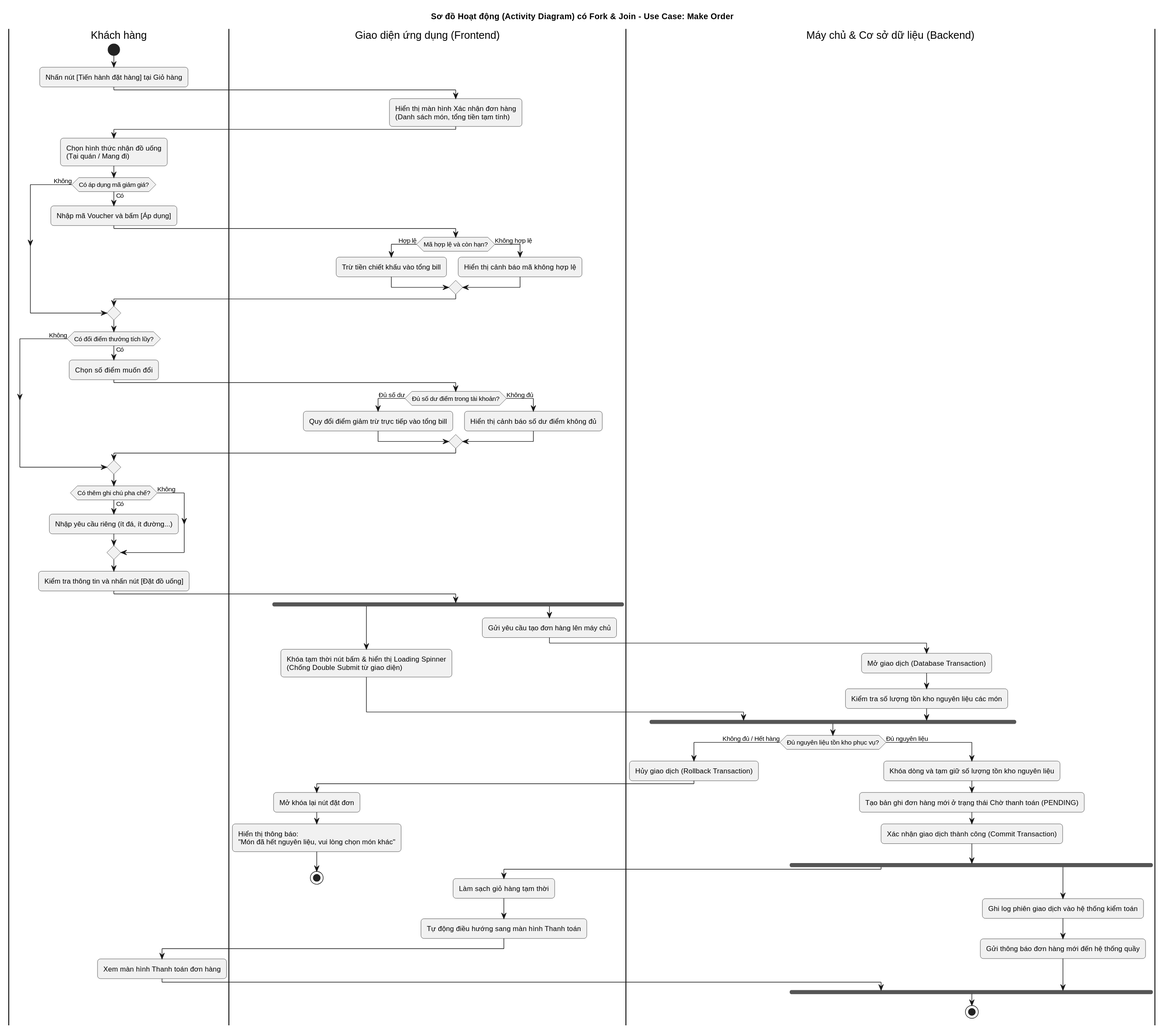
Earlier version of the PlantUML export docs/diagrams/make-order/activity_make_order.svg (Phuc280106/BrewLite2).
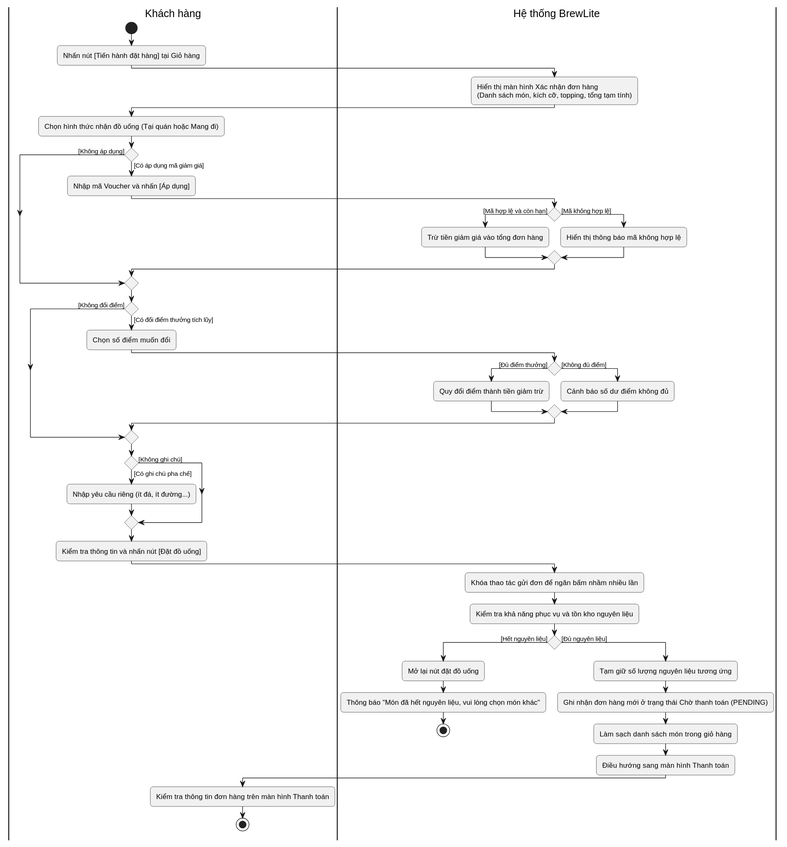
The same diagram one commit later.

Commit message:
fix(diagram): cập nhật sơ đồ activity chức năng tạo đơn hàng

The edit, as a diff of the source:
```diff
@@ -1,87 +1,66 @@
 @startuml
-title Sơ đồ Hoạt động (Activity Diagram) có Fork & Join - Use Case: Make Order
-
 skinparam monochrome true
 skinparam shadowing false
+skinparam defaultFontName Arial
 skinparam roundCorner 10
-skinparam defaultFontName Arial
 
-|#White|Khách hàng|
+|Khách hàng|
 start
 :Nhấn nút [Tiến hành đặt hàng] tại Giỏ hàng;
 
-|#White|Giao diện ứng dụng (Frontend)|
-:Hiển thị màn hình Xác nhận đơn hàng\n(Danh sách món, tổng tiền tạm tính);
+|Hệ thống BrewLite|
+:Hiển thị màn hình Xác nhận đơn hàng\n(Danh sách món, kích cỡ, topping, tổng tạm tính);
 
 |Khách hàng|
-:Chọn hình thức nhận đồ uống\n(Tại quán / Mang đi);
+:Chọn hình thức nhận đồ uống (Tại quán hoặc Mang đi);
 
-if (Có áp dụng mã giảm giá?) then (Có)
-  :Nhập mã Voucher và bấm [Áp dụng];
-  |Giao diện ứng dụng (Frontend)|
-  if (Mã hợp lệ và còn hạn?) then (Hợp lệ)
-    :Trừ tiền chiết khấu vào tổng bill;
-  else (Không hợp lệ)
-    :Hiển thị cảnh báo mã không hợp lệ;
+if () then ([Có áp dụng mã giảm giá])
+  :Nhập mã Voucher và nhấn [Áp dụng];
+  |Hệ thống BrewLite|
+  if () then ([Mã hợp lệ và còn hạn])
+    :Trừ tiền giảm giá vào tổng đơn hàng;
+  else ([Mã không hợp lệ])
+    :Hiển thị thông báo mã không hợp lệ;
   endif
-else (Không)
+else ([Không áp dụng])
 endif
 
 |Khách hàng|
-if (Có đổi điểm thưởng tích lũy?) then (Có)
+if () then ([Có đổi điểm thưởng tích lũy])
   :Chọn số điểm muốn đổi;
-  |Giao diện ứng dụng (Frontend)|
-  if (Đủ số dư điểm trong tài khoản?) then (Đủ số dư)
-    :Quy đổi điểm giảm trừ trực tiếp vào tổng bill;
-  else (Không đủ)
-    :Hiển thị cảnh báo số dư điểm không đủ;
+  |Hệ thống BrewLite|
+  if () then ([Đủ điểm thưởng])
+    :Quy đổi điểm thành tiền giảm trừ;
+  else ([Không đủ điểm])
+    :Cảnh báo số dư điểm không đủ;
   endif
-else (Không)
+else ([Không đổi điểm])
 endif
 
 |Khách hàng|
-if (Có thêm ghi chú pha chế?) then (Có)
+if () then ([Có ghi chú pha chế])
   :Nhập yêu cầu riêng (ít đá, ít đường...);
-else (Không)
+else ([Không ghi chú])
 endif
 
 :Kiểm tra thông tin và nhấn nút [Đặt đồ uống];
 
-|Giao diện ứng dụng (Frontend)|
-fork
-  :Khóa tạm thời nút bấm & hiển thị Loading Spinner\n(Chống Double Submit từ giao diện);
-fork again
-  :Gửi yêu cầu tạo đơn hàng lên máy chủ;
-  |#White|Máy chủ & Cơ sở dữ liệu (Backend)|
-  :Mở giao dịch (Database Transaction);
-  :Kiểm tra số lượng tồn kho nguyên liệu các món;
-end fork
+|Hệ thống BrewLite|
+:Khóa thao tác gửi đơn để ngăn bấm nhầm nhiều lần;
+:Kiểm tra khả năng phục vụ và tồn kho nguyên liệu;
 
-|Máy chủ & Cơ sở dữ liệu (Backend)|
-if (Đủ nguyên liệu tồn kho phục vụ?) then (Không đủ / Hết hàng)
-  :Hủy giao dịch (Rollback Transaction);
-  |Giao diện ứng dụng (Frontend)|
-  :Mở khóa lại nút đặt đơn;
-  :Hiển thị thông báo:\n"Món đã hết nguyên liệu, vui lòng chọn món khác";
+if () then ([Hết nguyên liệu])
+  :Mở lại nút đặt đồ uống;
+  :Thông báo "Món đã hết nguyên liệu, vui lòng chọn món khác";
   stop
-else (Đủ nguyên liệu)
-  |Máy chủ & Cơ sở dữ liệu (Backend)|
-  :Khóa dòng và tạm giữ số lượng tồn kho nguyên liệu;
-  :Tạo bản ghi đơn hàng mới ở trạng thái Chờ thanh toán (PENDING);
-  :Xác nhận giao dịch thành công (Commit Transaction);
+else ([Đủ nguyên liệu])
+  :Tạm giữ số lượng nguyên liệu tương ứng;
+  :Ghi nhận đơn hàng mới ở trạng thái Chờ thanh toán (PENDING);
+  :Làm sạch danh sách món trong giỏ hàng;
+  :Điều hướng sang màn hình Thanh toán;
 
-  fork
-    |Giao diện ứng dụng (Frontend)|
-    :Làm sạch giỏ hàng tạm thời;
-    :Tự động điều hướng sang màn hình Thanh toán;
-    |Khách hàng|
-    :Xem màn hình Thanh toán đơn hàng;
-  fork again
-    |Máy chủ & Cơ sở dữ liệu (Backend)|
-    :Ghi log phiên giao dịch vào hệ thống kiểm toán;
-    :Gửi thông báo đơn hàng mới đến hệ thống quầy;
-  end fork
-
+  |Khách hàng|
+  :Kiểm tra thông tin đơn hàng trên màn hình Thanh toán;
   stop
 endif
 @enduml
```
